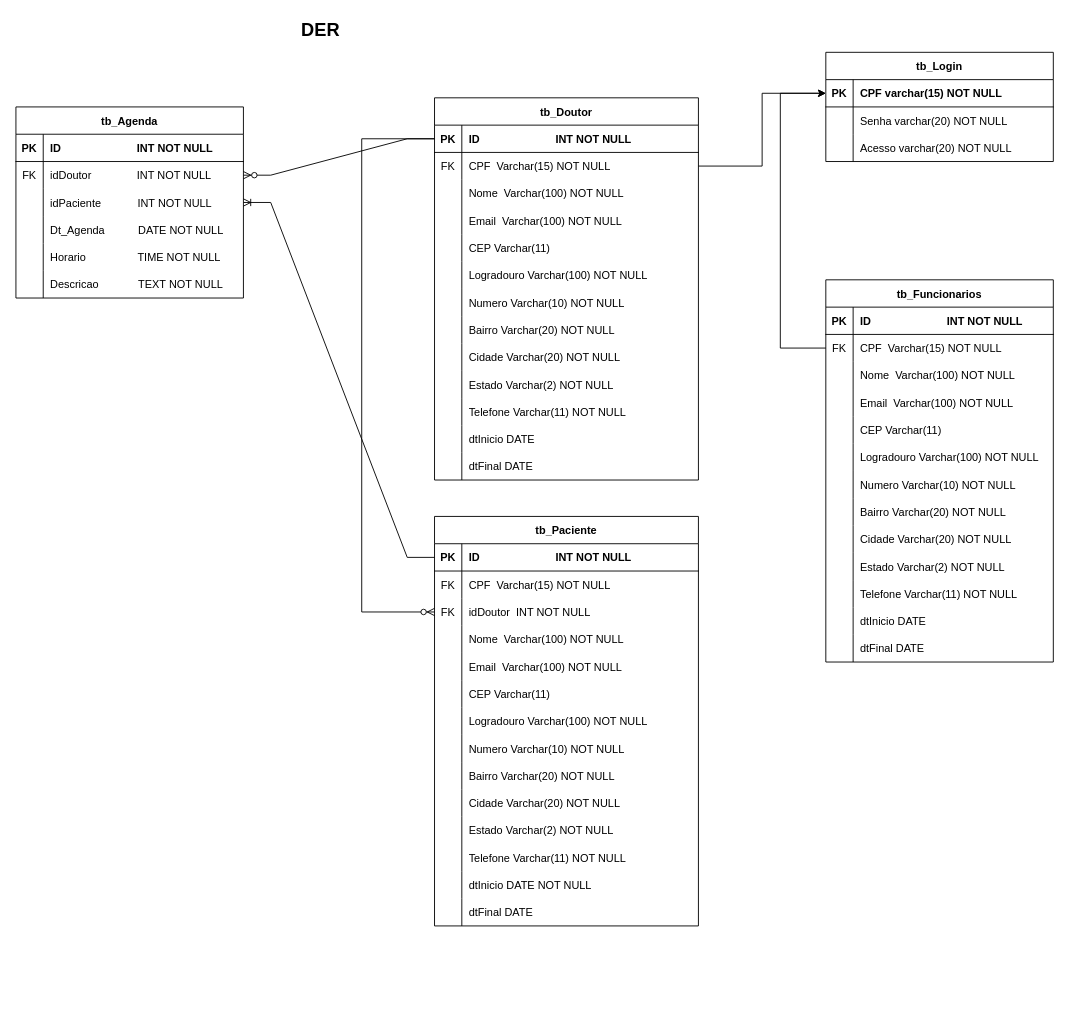
This is DER.drawio from Tavares264/Project_PccFit, a draw.io file, before an edit. Source tidied: cells renumbered, new cells numbered last; positions are measured from the earlier drawing's top-left corner, leaving out a move shared by most shapes. Both pictures are drawn from the tidied source at 91%, with x=0, y=0 at pixel (15, 15).
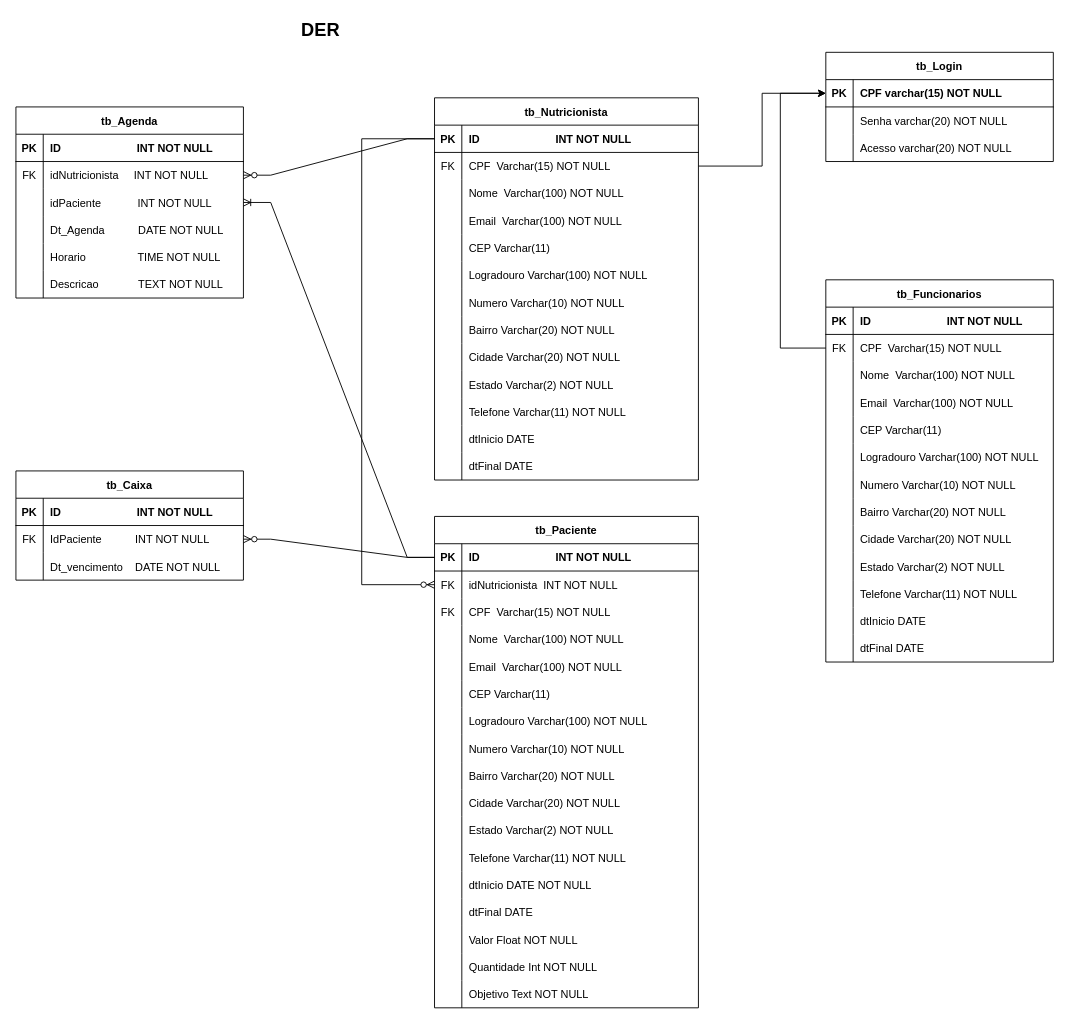
Above is the later version.

Unchanged cells that the change refers to:
```xml
<mxCell id="60" style="shape=partialRectangle;fillColor=none;points=[[0,0.5],[1,0.5]];portConstraint=eastwest;top=0;left=0;right=0;bottom=0;" parent="56" vertex="1">
  <mxGeometry y="60" width="250" height="30" as="geometry" />
</mxCell>
<mxCell id="118" style="shape=partialRectangle;fillColor=none;points=[[0,0.5],[1,0.5]];portConstraint=eastwest;top=0;left=0;right=0;bottom=1;" parent="117" vertex="1">
  <mxGeometry y="30" width="290" height="30" as="geometry" />
</mxCell>
```

Diff of the diagram source:
```diff
@@
-    <mxCell id="12" value="tb_Doutor" style="shape=table;startSize=30;childLayout=tableLayout;rowLines=0;fontStyle=1;align=center;" parent="1" vertex="1">
+    <mxCell id="12" value="tb_Nutricionista" style="shape=table;startSize=30;childLayout=tableLayout;rowLines=0;fontStyle=1;align=center;" parent="1" vertex="1">
       <mxGeometry x="460" y="90" width="290" height="420" as="geometry" />
     </mxCell>
@@
-    <mxCell id="62" value="idDoutor               INT NOT NULL" style="shape=partialRectangle;overflow=hidden;fillColor=none;top=0;left=0;bottom=0;right=0;align=left;spacingLeft=6;" parent="60" vertex="1">
+    <mxCell id="62" value="idNutricionista     INT NOT NULL" style="shape=partialRectangle;overflow=hidden;fillColor=none;top=0;left=0;bottom=0;right=0;align=left;spacingLeft=6;" parent="60" vertex="1">
       <mxGeometry x="30" width="220" height="30" as="geometry" />
     </mxCell>
@@
     <mxCell id="117" value="tb_Paciente" style="shape=table;startSize=30;childLayout=tableLayout;rowLines=0;fontStyle=1;align=center;" parent="1" vertex="1">
-      <mxGeometry x="460" y="550" width="290" height="450" as="geometry" />
+      <mxGeometry x="460" y="550" width="290" height="540" as="geometry" />
     </mxCell>
@@
+    <mxCell id="124" style="shape=partialRectangle;fillColor=none;points=[[0,0.5],[1,0.5]];portConstraint=eastwest;top=0;left=0;right=0;bottom=0;" parent="117" vertex="1">
+      <mxGeometry y="60" width="290" height="30" as="geometry" />
+    </mxCell>
+    <mxCell id="125" value="FK" style="shape=partialRectangle;overflow=hidden;fillColor=none;top=0;left=0;bottom=0;right=0;" parent="124" vertex="1">
+      <mxGeometry width="30" height="30" as="geometry" />
+    </mxCell>
+    <mxCell id="126" value="idNutricionista  INT NOT NULL" style="shape=partialRectangle;overflow=hidden;fillColor=none;top=0;left=0;bottom=0;right=0;align=left;spacingLeft=6;" parent="124" vertex="1">
+      <mxGeometry x="30" width="260" height="30" as="geometry" />
+    </mxCell>
     <mxCell id="121" style="shape=partialRectangle;fillColor=none;top=0;left=0;right=0;bottom=0;" parent="117" vertex="1">
-      <mxGeometry y="60" width="290" height="30" as="geometry" />
+      <mxGeometry y="90" width="290" height="30" as="geometry" />
     </mxCell>
@@
-    <mxCell id="124" style="shape=partialRectangle;fillColor=none;points=[[0,0.5],[1,0.5]];portConstraint=eastwest;top=0;left=0;right=0;bottom=0;" parent="117" vertex="1">
-      <mxGeometry y="90" width="290" height="30" as="geometry" />
-    </mxCell>
-    <mxCell id="125" value="FK" style="shape=partialRectangle;overflow=hidden;fillColor=none;top=0;left=0;bottom=0;right=0;" parent="124" vertex="1">
-      <mxGeometry width="30" height="30" as="geometry" />
-    </mxCell>
-    <mxCell id="126" value="idDoutor  INT NOT NULL" style="shape=partialRectangle;overflow=hidden;fillColor=none;top=0;left=0;bottom=0;right=0;align=left;spacingLeft=6;" parent="124" vertex="1">
-      <mxGeometry x="30" width="260" height="30" as="geometry" />
-    </mxCell>
@@
+    <mxCell id="160" style="shape=partialRectangle;fillColor=none;top=0;left=0;right=0;bottom=0;" parent="117" vertex="1">
+      <mxGeometry y="450" width="290" height="30" as="geometry" />
+    </mxCell>
+    <mxCell id="161" style="shape=partialRectangle;overflow=hidden;fillColor=none;top=0;left=0;bottom=0;right=0;" parent="160" vertex="1">
+      <mxGeometry width="30" height="30" as="geometry" />
+    </mxCell>
+    <mxCell id="162" value="Valor Float NOT NULL" style="shape=partialRectangle;overflow=hidden;fillColor=none;top=0;left=0;bottom=0;right=0;align=left;spacingLeft=6;" parent="160" vertex="1">
+      <mxGeometry x="30" width="260" height="30" as="geometry" />
+    </mxCell>
+    <mxCell id="163" style="shape=partialRectangle;fillColor=none;top=0;left=0;right=0;bottom=0;" parent="117" vertex="1">
+      <mxGeometry y="480" width="290" height="30" as="geometry" />
+    </mxCell>
+    <mxCell id="164" style="shape=partialRectangle;overflow=hidden;fillColor=none;top=0;left=0;bottom=0;right=0;" parent="163" vertex="1">
+      <mxGeometry width="30" height="30" as="geometry" />
+    </mxCell>
+    <mxCell id="165" value="Quantidade Int NOT NULL" style="shape=partialRectangle;overflow=hidden;fillColor=none;top=0;left=0;bottom=0;right=0;align=left;spacingLeft=6;" parent="163" vertex="1">
+      <mxGeometry x="30" width="260" height="30" as="geometry" />
+    </mxCell>
+    <mxCell id="166" style="shape=partialRectangle;fillColor=none;top=0;left=0;right=0;bottom=0;" parent="117" vertex="1">
+      <mxGeometry y="510" width="290" height="30" as="geometry" />
+    </mxCell>
+    <mxCell id="167" style="shape=partialRectangle;overflow=hidden;fillColor=none;top=0;left=0;bottom=0;right=0;" parent="166" vertex="1">
+      <mxGeometry width="30" height="30" as="geometry" />
+    </mxCell>
+    <mxCell id="168" value="Objetivo Text NOT NULL" style="shape=partialRectangle;overflow=hidden;fillColor=none;top=0;left=0;bottom=0;right=0;align=left;spacingLeft=6;" parent="166" vertex="1">
+      <mxGeometry x="30" width="260" height="30" as="geometry" />
+    </mxCell>
+    <mxCell id="169" value="tb_Caixa" style="shape=table;startSize=30;childLayout=tableLayout;rowLines=0;fontStyle=1;align=center;" parent="1" vertex="1">
+      <mxGeometry y="500" width="250" height="120" as="geometry" />
+    </mxCell>
+    <mxCell id="170" style="shape=partialRectangle;fillColor=none;top=0;left=0;right=0;bottom=1;" parent="169" vertex="1">
+      <mxGeometry y="30" width="250" height="30" as="geometry" />
+    </mxCell>
+    <mxCell id="171" value="PK" style="shape=partialRectangle;overflow=hidden;fillColor=none;top=0;left=0;bottom=0;right=0;fontStyle=1;" parent="170" vertex="1">
+      <mxGeometry width="30" height="30" as="geometry" />
+    </mxCell>
+    <mxCell id="172" value="ID                         INT NOT NULL" style="shape=partialRectangle;overflow=hidden;fillColor=none;top=0;left=0;bottom=0;right=0;align=left;spacingLeft=6;fontStyle=1;" parent="170" vertex="1">
+      <mxGeometry x="30" width="220" height="30" as="geometry" />
+    </mxCell>
+    <mxCell id="173" style="shape=partialRectangle;fillColor=none;points=[[0,0.5],[1,0.5]];portConstraint=eastwest;top=0;left=0;right=0;bottom=0;" parent="169" vertex="1">
+      <mxGeometry y="60" width="250" height="30" as="geometry" />
+    </mxCell>
+    <mxCell id="174" value="FK" style="shape=partialRectangle;overflow=hidden;fillColor=none;top=0;left=0;bottom=0;right=0;" parent="173" vertex="1">
+      <mxGeometry width="30" height="30" as="geometry" />
+    </mxCell>
+    <mxCell id="175" value="IdPaciente           INT NOT NULL" style="shape=partialRectangle;overflow=hidden;fillColor=none;top=0;left=0;bottom=0;right=0;align=left;spacingLeft=6;" parent="173" vertex="1">
+      <mxGeometry x="30" width="220" height="30" as="geometry" />
+    </mxCell>
+    <mxCell id="176" style="shape=partialRectangle;fillColor=none;top=0;left=0;right=0;bottom=0;" parent="169" vertex="1">
+      <mxGeometry y="90" width="250" height="30" as="geometry" />
+    </mxCell>
+    <mxCell id="177" style="shape=partialRectangle;overflow=hidden;fillColor=none;top=0;left=0;bottom=0;right=0;" parent="176" vertex="1">
+      <mxGeometry width="30" height="30" as="geometry" />
+    </mxCell>
+    <mxCell id="178" value="Dt_vencimento    DATE NOT NULL" style="shape=partialRectangle;overflow=hidden;fillColor=none;top=0;left=0;bottom=0;right=0;align=left;spacingLeft=6;" parent="176" vertex="1">
+      <mxGeometry x="30" width="220" height="30" as="geometry" />
+    </mxCell>
+    <mxCell id="179" style="edgeStyle=entityRelationEdgeStyle;fontSize=12;html=1;endArrow=ERzeroToMany;endFill=1;rounded=0;entryX=1;entryY=0.5;entryDx=0;entryDy=0;exitX=0;exitY=0.5;exitDx=0;exitDy=0;" parent="1" edge="1" source="118" target="173">
+      <mxGeometry relative="1" as="geometry" />
+    </mxCell>
```
